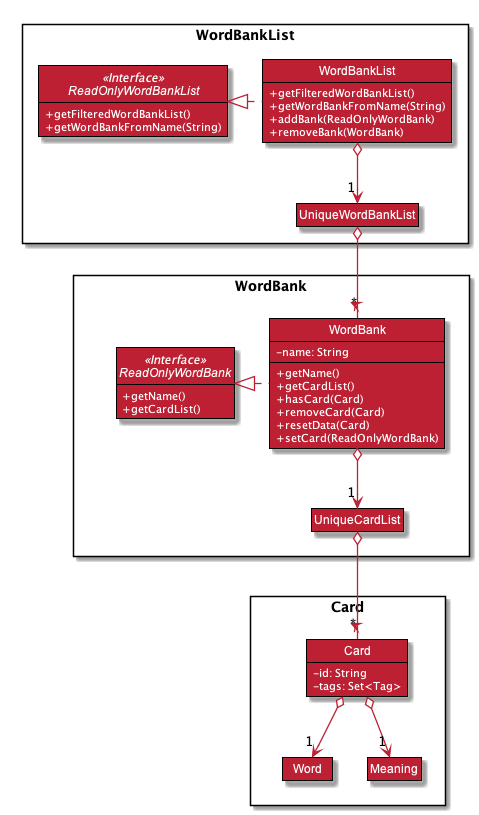
The PlantUML diagram docs/images/OverviewOfWordBankList.png in nus-cs2103-AY1920S1/addressbook-level3, before a commit. The source it was exported from:
```plantuml
@startuml











skinparam BackgroundColor #FFFFFFF

skinparam Shadowing false

skinparam Class {
    FontColor #FFFFFF
    BorderThickness 1
    BorderColor #000000
    StereotypeFontColor #FFFFFF
    FontName Arial
    AttributeFontColor #FFFFFF
}

skinparam Actor {
    BorderColor #000000
    Color #000000
    FontName Arial
}

skinparam Sequence {
    MessageAlign center
    BoxFontSize 15
    BoxPadding 0
    BoxFontColor #FFFFFF
    FontName Arial
}

skinparam Participant {
    FontColor #FFFFFFF
    Padding 20
}

skinparam MinClassWidth 50
skinparam ParticipantPadding 10
skinparam Shadowing true
skinparam DefaultTextAlignment center
skinparam packageStyle Rectangle
skinparam classAttributeIconSize 0

hide footbox
hide members
hide circle
hide empty members
skinparam arrowThickness 1.3
skinparam arrowColor #BD2032
skinparam classBackgroundColor #BD2032

show members
hide empty members

Package WordBankList <<Rectangle>>{
Interface ReadOnlyWordBankList <<Interface>> {
+getFilteredWordBankList()
+getWordBankFromName(String)
}

class WordBankList {
   +getFilteredWordBankList()
   +getWordBankFromName(String)
   +addBank(ReadOnlyWordBank)
   +removeBank(WordBank)
}
Class UniqueWordBankList
Class WordBank
}

WordBankList .left.|> ReadOnlyWordBankList
WordBankList o-down-> "1" UniqueWordBankList
UniqueWordBankList o-down-> "*" WordBank

skinparam arrowThickness 1.3
skinparam arrowColor #BD2032
skinparam classBackgroundColor #BD2032

show members
hide empty members

Package WordBank <<Rectangle>>{
Interface ReadOnlyWordBank <<Interface>> {
+getName()
+getCardList()
}

class WordBank {
   -name: String
   +getName()
   +getCardList()
   +hasCard(Card)
   +removeCard(Card)
   +resetData(Card)
   +setCard(ReadOnlyWordBank)
}
Class UniqueCardList
Class Card

}

WordBank .left.|> ReadOnlyWordBank
WordBank o-down-> "1" UniqueCardList
UniqueCardList o-down-> "*" Card


skinparam arrowThickness 1.3
skinparam arrowColor #BD2032
skinparam classBackgroundColor #BD2032

show members
hide empty members

Package Card <<Rectangle>>{
Class Card {
- id: String
- tags: Set<Tag>
}
Class Word
Class Meaning
}

Card o--> "1" Word
Card o--> "1" Meaning

Meaning *-LEFT[hidden]-> Word
@enduml
```
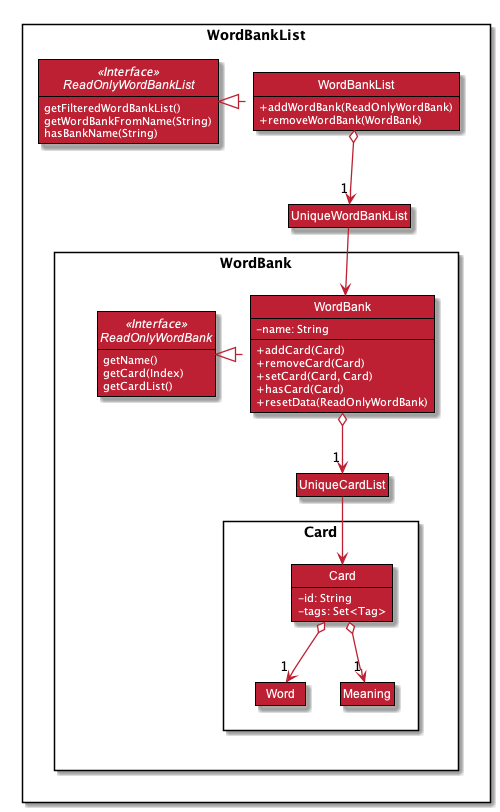
After the change.

Change to the diagram source:
```diff
@@ -62,59 +62,46 @@
 
 Package WordBankList <<Rectangle>>{
 Interface ReadOnlyWordBankList <<Interface>> {
-+getFilteredWordBankList()
-+getWordBankFromName(String)
+getFilteredWordBankList()
+getWordBankFromName(String)
+hasBankName(String)
 }
 
 class WordBankList {
-   +getFilteredWordBankList()
-   +getWordBankFromName(String)
-   +addBank(ReadOnlyWordBank)
-   +removeBank(WordBank)
+   +addWordBank(ReadOnlyWordBank)
+   +removeWordBank(WordBank)
 }
 Class UniqueWordBankList
-Class WordBank
-}
 
 WordBankList .left.|> ReadOnlyWordBankList
 WordBankList o-down-> "1" UniqueWordBankList
-UniqueWordBankList o-down-> "*" WordBank
-
-skinparam arrowThickness 1.3
-skinparam arrowColor #BD2032
-skinparam classBackgroundColor #BD2032
+UniqueWordBankList --> WordBank
 
 show members
 hide empty members
 
 Package WordBank <<Rectangle>>{
 Interface ReadOnlyWordBank <<Interface>> {
-+getName()
-+getCardList()
+getName()
+getCard(Index)
+getCardList()
 }
 
 class WordBank {
    -name: String
-   +getName()
-   +getCardList()
+   +addCard(Card)
+   +removeCard(Card)
+   +setCard(Card, Card)
    +hasCard(Card)
-   +removeCard(Card)
-   +resetData(Card)
-   +setCard(ReadOnlyWordBank)
+   +resetData(ReadOnlyWordBank)
 }
 Class UniqueCardList
 Class Card
 
-}
 
 WordBank .left.|> ReadOnlyWordBank
 WordBank o-down-> "1" UniqueCardList
-UniqueCardList o-down-> "*" Card
-
-
-skinparam arrowThickness 1.3
-skinparam arrowColor #BD2032
-skinparam classBackgroundColor #BD2032
+UniqueCardList -down-> Card
 
 show members
 hide empty members
```
